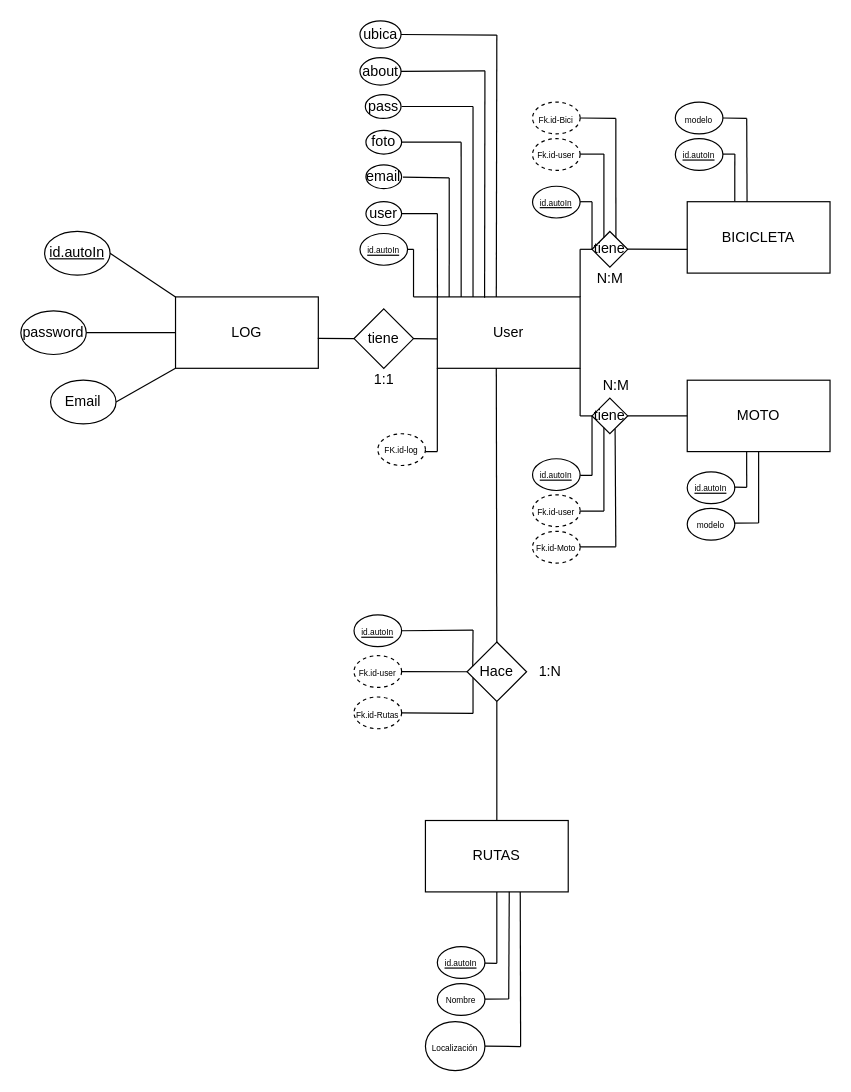
This is page "Page-1" (1 of 3) of Pagina motos.drawio from JavierPolaris/diagramas, a draw.io file, before an edit. Source tidied: cells renumbered, new cells numbered last; positions are measured from the earlier drawing's top-left corner, leaving out a move shared by most shapes. Both pictures are drawn from the tidied source at 119%, with x=0, y=0 at pixel (20, 20).
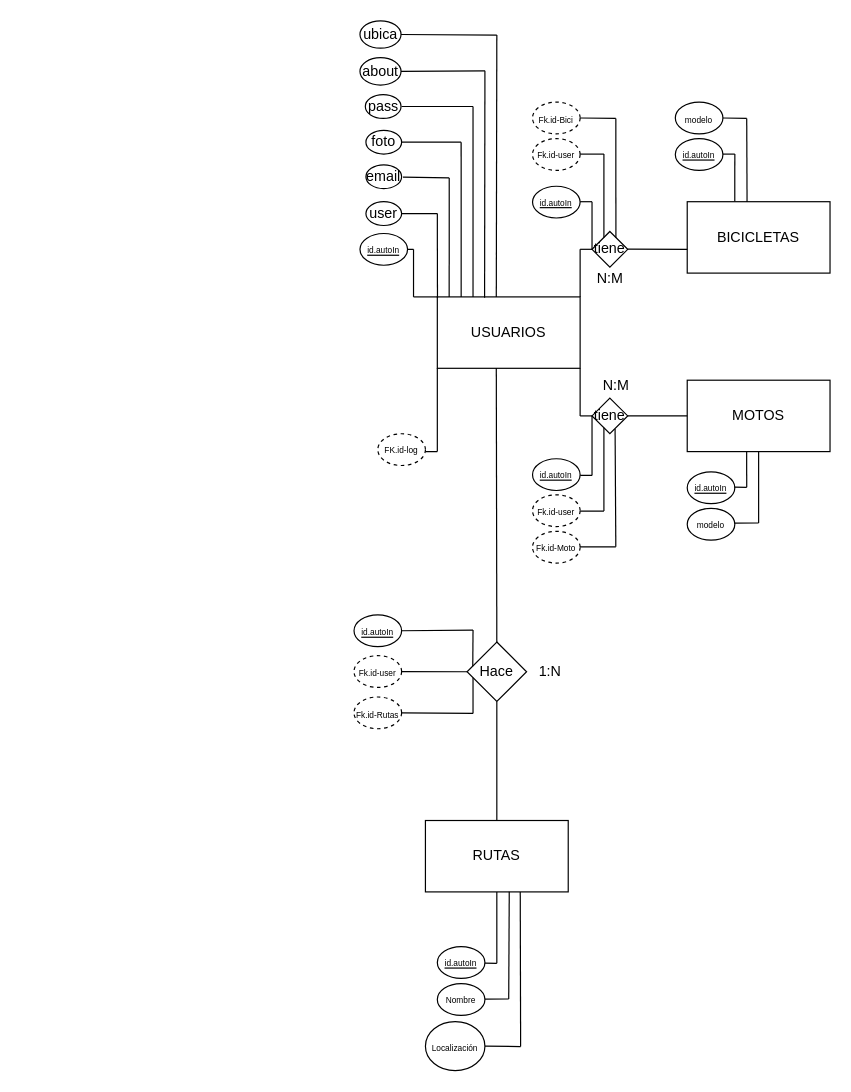
After the change.

The edit, as a diff of the source:
```diff
@@
-    <mxCell id="2" value="User" style="rounded=0;whiteSpace=wrap;html=1;" parent="1" vertex="1">
+    <mxCell id="2" value="USUARIOS" style="rounded=0;whiteSpace=wrap;html=1;" parent="1" vertex="1">
       <mxGeometry x="350" y="232" width="120" height="60" as="geometry" />
     </mxCell>
-    <mxCell id="3" value="BICICLETA" style="rounded=0;whiteSpace=wrap;html=1;" parent="1" vertex="1">
+    <mxCell id="3" value="BICICLETAS" style="rounded=0;whiteSpace=wrap;html=1;" parent="1" vertex="1">
       <mxGeometry x="560" y="152" width="120" height="60" as="geometry" />
     </mxCell>
-    <mxCell id="4" value="MOTO" style="rounded=0;whiteSpace=wrap;html=1;" parent="1" vertex="1">
+    <mxCell id="4" value="MOTOS" style="rounded=0;whiteSpace=wrap;html=1;" parent="1" vertex="1">
       <mxGeometry x="560" y="302" width="120" height="60" as="geometry" />
     </mxCell>
-    <mxCell id="5" value="LOG&lt;br&gt;" style="rounded=0;whiteSpace=wrap;html=1;" parent="1" vertex="1">
-      <mxGeometry x="130" y="232" width="120" height="60" as="geometry" />
-    </mxCell>
@@
-    <mxCell id="7" value="tiene" style="rhombus;whiteSpace=wrap;html=1;" parent="1" vertex="1">
-      <mxGeometry x="280" y="242" width="50" height="50" as="geometry" />
-    </mxCell>
-    <mxCell id="8" style="endArrow=none;html=1;rounded=0;exitX=0.996;exitY=0.58;exitDx=0;exitDy=0;entryX=0;entryY=0.5;entryDx=0;entryDy=0;exitPerimeter=0;" parent="1" edge="1" source="5" target="7">
-      <mxGeometry relative="1" as="geometry" />
-    </mxCell>
-    <mxCell id="9" style="endArrow=none;html=1;rounded=0;exitX=1;exitY=0.5;exitDx=0;exitDy=0;entryX=-0.001;entryY=0.587;entryDx=0;entryDy=0;entryPerimeter=0;" parent="1" edge="1" source="7" target="2">
-      <mxGeometry relative="1" as="geometry" />
-    </mxCell>
-    <mxCell id="10" value="1:1" style="text;html=1;align=center;verticalAlign=middle;strokeColor=none;fillColor=none;" parent="1" vertex="1">
-      <mxGeometry x="290" y="292" width="30" height="20" as="geometry" />
-    </mxCell>
@@
-    <mxCell id="24" value="&lt;u&gt;id.autoIn&lt;/u&gt;" style="ellipse;whiteSpace=wrap;html=1;" parent="1" vertex="1">
-      <mxGeometry x="20" y="177" width="55" height="36.7" as="geometry" />
-    </mxCell>
-    <mxCell id="25" value="password" style="ellipse;whiteSpace=wrap;html=1;" parent="1" vertex="1">
-      <mxGeometry y="243.7" width="55" height="36.7" as="geometry" />
-    </mxCell>
-    <mxCell id="26" value="Email" style="ellipse;whiteSpace=wrap;html=1;" parent="1" vertex="1">
-      <mxGeometry x="25" y="302" width="55" height="36.7" as="geometry" />
-    </mxCell>
-    <mxCell id="27" style="endArrow=none;html=1;rounded=0;exitX=1;exitY=0.5;exitDx=0;exitDy=0;entryX=0;entryY=0;entryDx=0;entryDy=0;" parent="1" edge="1" source="24" target="5">
-      <mxGeometry relative="1" as="geometry" />
-    </mxCell>
-    <mxCell id="28" style="endArrow=none;html=1;rounded=0;exitX=1;exitY=0.5;exitDx=0;exitDy=0;entryX=0;entryY=0.5;entryDx=0;entryDy=0;" parent="1" edge="1" source="25" target="5">
-      <mxGeometry relative="1" as="geometry" />
-    </mxCell>
-    <mxCell id="29" style="endArrow=none;html=1;rounded=0;exitX=1;exitY=0.5;exitDx=0;exitDy=0;entryX=0;entryY=1;entryDx=0;entryDy=0;" parent="1" edge="1" source="26" target="5">
-      <mxGeometry relative="1" as="geometry" />
-    </mxCell>
```
